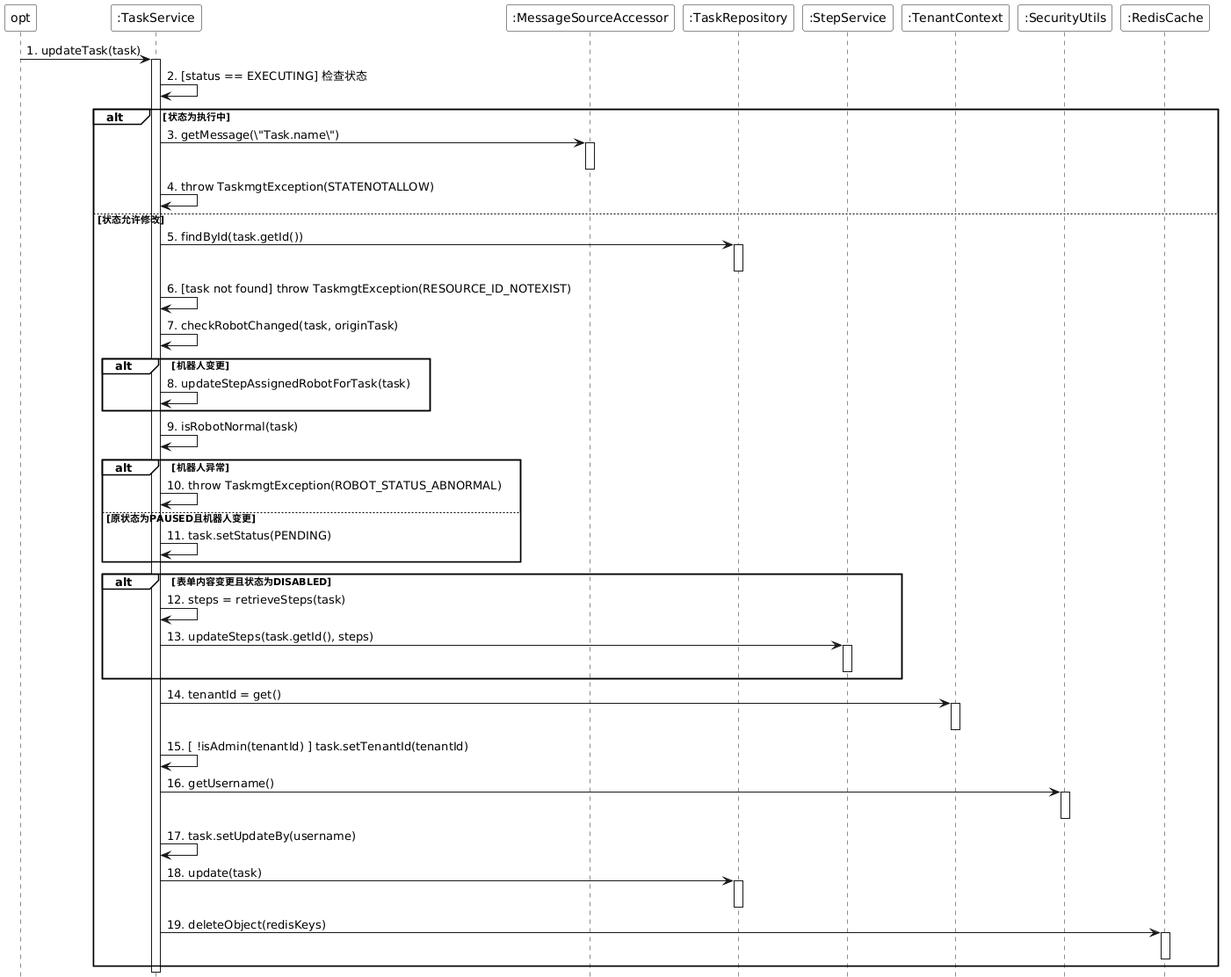
Above: doc/taskmgt/png/sequence/updateTaskSequence.png in laborday922/RobotBackendManagementSystem (PlantUML), before the change. Source of this version:
```plantuml
@startuml
skinparam monochrome true
skinparam backgroundColor transparent
skinparam participantBackgroundColor white
skinparam noteBackgroundColor white
skinparam noteBorderColor Black
hide footbox
skinparam sequenceGroupBackgroundColor White
skinparam sequenceGroupBodyBackgroundColor White

participant "opt" as opt
participant ":TaskService" as TaskService
participant ":MessageSourceAccessor" as MessageSource
participant ":TaskRepository" as TaskRepository
participant ":StepService" as StepService
participant ":TenantContext" as TenantContext
participant ":SecurityUtils" as SecurityUtils
participant ":RedisCache" as RedisCache

opt -> TaskService : 1. updateTask(task)
activate TaskService

TaskService -> TaskService : 2. [status == EXECUTING] 检查状态
alt 状态为执行中
    TaskService -> MessageSource : 3. getMessage(\"Task.name\")
    activate MessageSource
    deactivate MessageSource
    TaskService -> TaskService : 4. throw TaskmgtException(STATENOTALLOW)
else 状态允许修改
    TaskService -> TaskRepository : 5. findById(task.getId())
    activate TaskRepository
    deactivate TaskRepository

    TaskService -> TaskService : 6. [task not found] throw TaskmgtException(RESOURCE_ID_NOTEXIST)

    TaskService -> TaskService : 7. checkRobotChanged(task, originTask)

    alt 机器人变更
        TaskService -> TaskService : 8. updateStepAssignedRobotForTask(task)
    end

    TaskService -> TaskService : 9. isRobotNormal(task)

    alt 机器人异常
        TaskService -> TaskService : 10. throw TaskmgtException(ROBOT_STATUS_ABNORMAL)
    else 原状态为PAUSED且机器人变更
        TaskService -> TaskService : 11. task.setStatus(PENDING)
    end

    alt 表单内容变更且状态为DISABLED
        TaskService -> TaskService : 12. steps = retrieveSteps(task)
        TaskService -> StepService : 13. updateSteps(task.getId(), steps)
        activate StepService
        deactivate StepService
    end

    TaskService -> TenantContext : 14. tenantId = get()
    activate TenantContext
    deactivate TenantContext

    TaskService -> TaskService : 15. [ !isAdmin(tenantId) ] task.setTenantId(tenantId)

    TaskService -> SecurityUtils : 16. getUsername()
    activate SecurityUtils
    deactivate SecurityUtils
    TaskService -> TaskService : 17. task.setUpdateBy(username)

    TaskService -> TaskRepository : 18. update(task)
    activate TaskRepository
    deactivate TaskRepository

    TaskService -> RedisCache : 19. deleteObject(redisKeys)
    activate RedisCache
    deactivate RedisCache
end

deactivate TaskService
@enduml
```
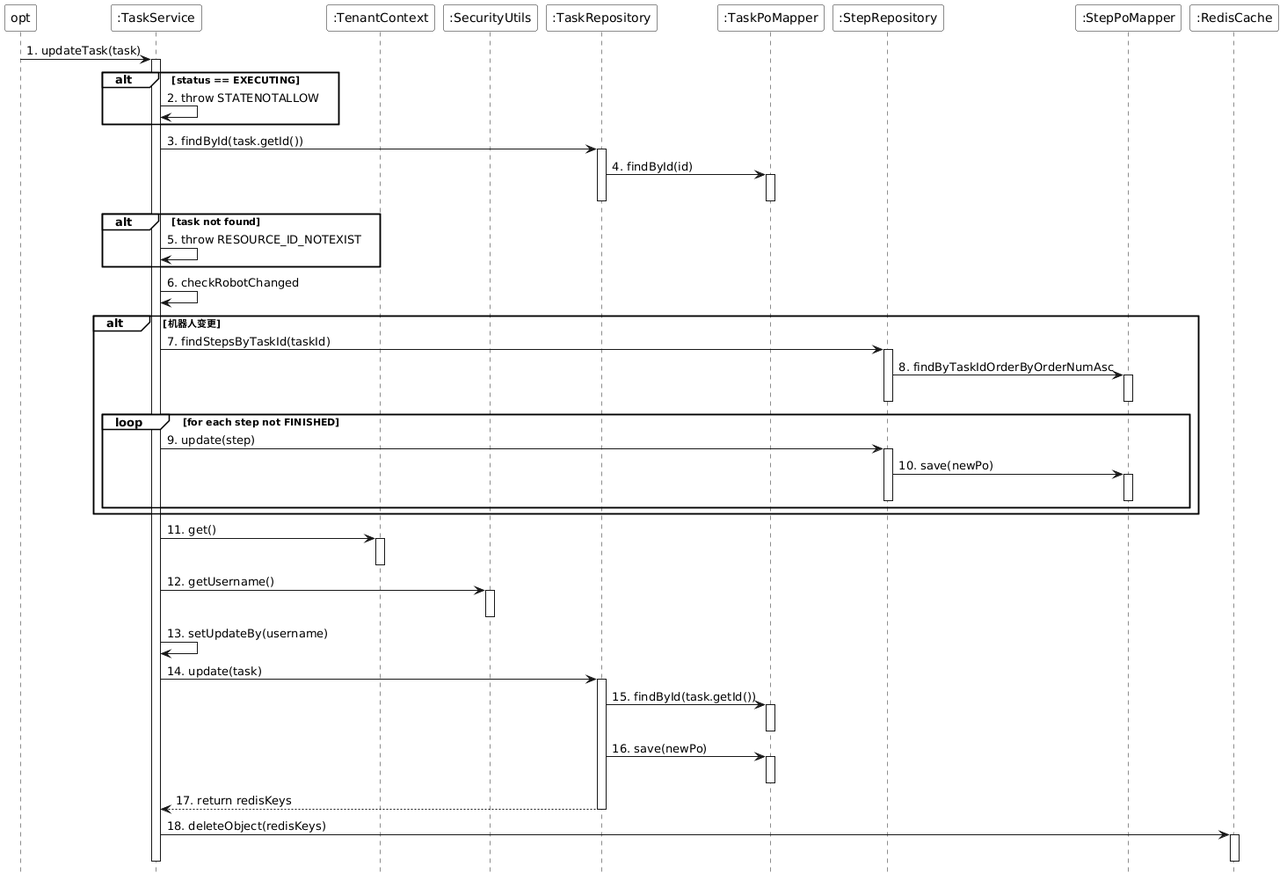
After the commit.

The edit, as a diff of the source:
```diff
@@ -10,69 +10,74 @@
 
 participant "opt" as opt
 participant ":TaskService" as TaskService
-participant ":MessageSourceAccessor" as MessageSource
-participant ":TaskRepository" as TaskRepository
-participant ":StepService" as StepService
 participant ":TenantContext" as TenantContext
 participant ":SecurityUtils" as SecurityUtils
+participant ":TaskRepository" as TaskRepository
+participant ":TaskPoMapper" as TaskPoMapper
+participant ":StepRepository" as StepRepository
+participant ":StepPoMapper" as StepPoMapper
 participant ":RedisCache" as RedisCache
 
 opt -> TaskService : 1. updateTask(task)
 activate TaskService
 
-TaskService -> TaskService : 2. [status == EXECUTING] 检查状态
-alt 状态为执行中
-    TaskService -> MessageSource : 3. getMessage(\"Task.name\")
-    activate MessageSource
-    deactivate MessageSource
-    TaskService -> TaskService : 4. throw TaskmgtException(STATENOTALLOW)
-else 状态允许修改
-    TaskService -> TaskRepository : 5. findById(task.getId())
-    activate TaskRepository
-    deactivate TaskRepository
+alt status == EXECUTING
+    TaskService -> TaskService : 2. throw STATENOTALLOW
+end
 
-    TaskService -> TaskService : 6. [task not found] throw TaskmgtException(RESOURCE_ID_NOTEXIST)
+TaskService -> TaskRepository : 3. findById(task.getId())
+activate TaskRepository
+TaskRepository -> TaskPoMapper : 4. findById(id)
+activate TaskPoMapper
+deactivate TaskPoMapper
+deactivate TaskRepository
 
-    TaskService -> TaskService : 7. checkRobotChanged(task, originTask)
+alt task not found
+    TaskService -> TaskService : 5. throw RESOURCE_ID_NOTEXIST
+end
 
-    alt 机器人变更
-        TaskService -> TaskService : 8. updateStepAssignedRobotForTask(task)
+TaskService -> TaskService : 6. checkRobotChanged
+
+alt 机器人变更
+    TaskService -> StepRepository : 7. findStepsByTaskId(taskId)
+    activate StepRepository
+    StepRepository -> StepPoMapper : 8. findByTaskIdOrderByOrderNumAsc
+    activate StepPoMapper
+    deactivate StepPoMapper
+    deactivate StepRepository
+
+    loop for each step not FINISHED
+        TaskService -> StepRepository : 9. update(step)
+        activate StepRepository
+        StepRepository -> StepPoMapper : 10. save(newPo)
+        activate StepPoMapper
+        deactivate StepPoMapper
+        deactivate StepRepository
     end
+end
 
-    TaskService -> TaskService : 9. isRobotNormal(task)
+TaskService -> TenantContext : 11. get()
+activate TenantContext
+deactivate TenantContext
+TaskService -> SecurityUtils : 12. getUsername()
+activate SecurityUtils
+deactivate SecurityUtils
+TaskService -> TaskService : 13. setUpdateBy(username)
 
-    alt 机器人异常
-        TaskService -> TaskService : 10. throw TaskmgtException(ROBOT_STATUS_ABNORMAL)
-    else 原状态为PAUSED且机器人变更
-        TaskService -> TaskService : 11. task.setStatus(PENDING)
-    end
+TaskService -> TaskRepository : 14. update(task)
+activate TaskRepository
+TaskRepository -> TaskPoMapper : 15. findById(task.getId())
+activate TaskPoMapper
+deactivate TaskPoMapper
+TaskRepository -> TaskPoMapper : 16. save(newPo)
+activate TaskPoMapper
+deactivate TaskPoMapper
+TaskRepository --> TaskService : 17. return redisKeys
+deactivate TaskRepository
 
-    alt 表单内容变更且状态为DISABLED
-        TaskService -> TaskService : 12. steps = retrieveSteps(task)
-        TaskService -> StepService : 13. updateSteps(task.getId(), steps)
-        activate StepService
-        deactivate StepService
-    end
-
-    TaskService -> TenantContext : 14. tenantId = get()
-    activate TenantContext
-    deactivate TenantContext
-
-    TaskService -> TaskService : 15. [ !isAdmin(tenantId) ] task.setTenantId(tenantId)
-
-    TaskService -> SecurityUtils : 16. getUsername()
-    activate SecurityUtils
-    deactivate SecurityUtils
-    TaskService -> TaskService : 17. task.setUpdateBy(username)
-
-    TaskService -> TaskRepository : 18. update(task)
-    activate TaskRepository
-    deactivate TaskRepository
-
-    TaskService -> RedisCache : 19. deleteObject(redisKeys)
-    activate RedisCache
-    deactivate RedisCache
-end
+TaskService -> RedisCache : 18. deleteObject(redisKeys)
+activate RedisCache
+deactivate RedisCache
 
 deactivate TaskService
 @enduml
```
